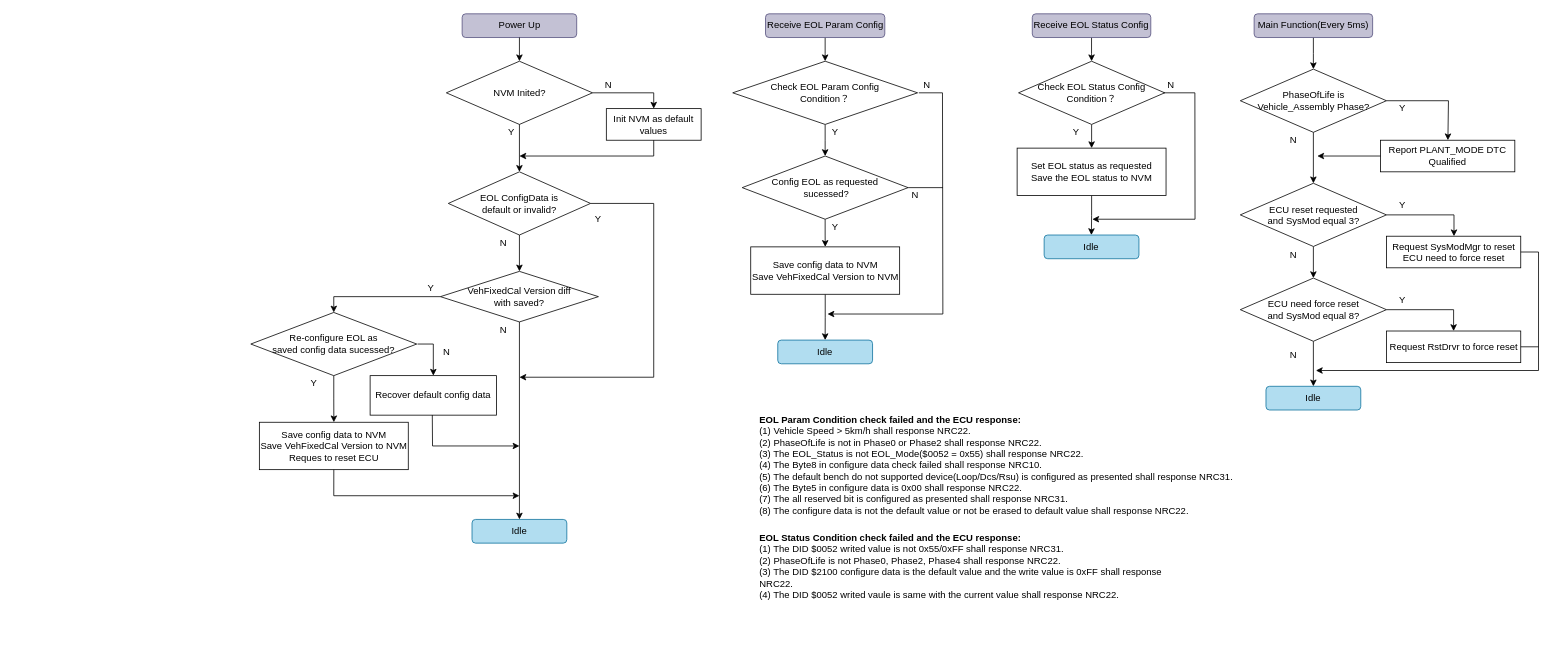
This is BYD_MR.drawio from woshitanwang/pics_procdure, a draw.io file, before an edit. Source tidied: cells renumbered, new cells numbered last; positions are measured from the earlier drawing's top-left corner, leaving out a move shared by most shapes. Both pictures are drawn from the tidied source at 79%, with x=0, y=0 at pixel (250, 13).
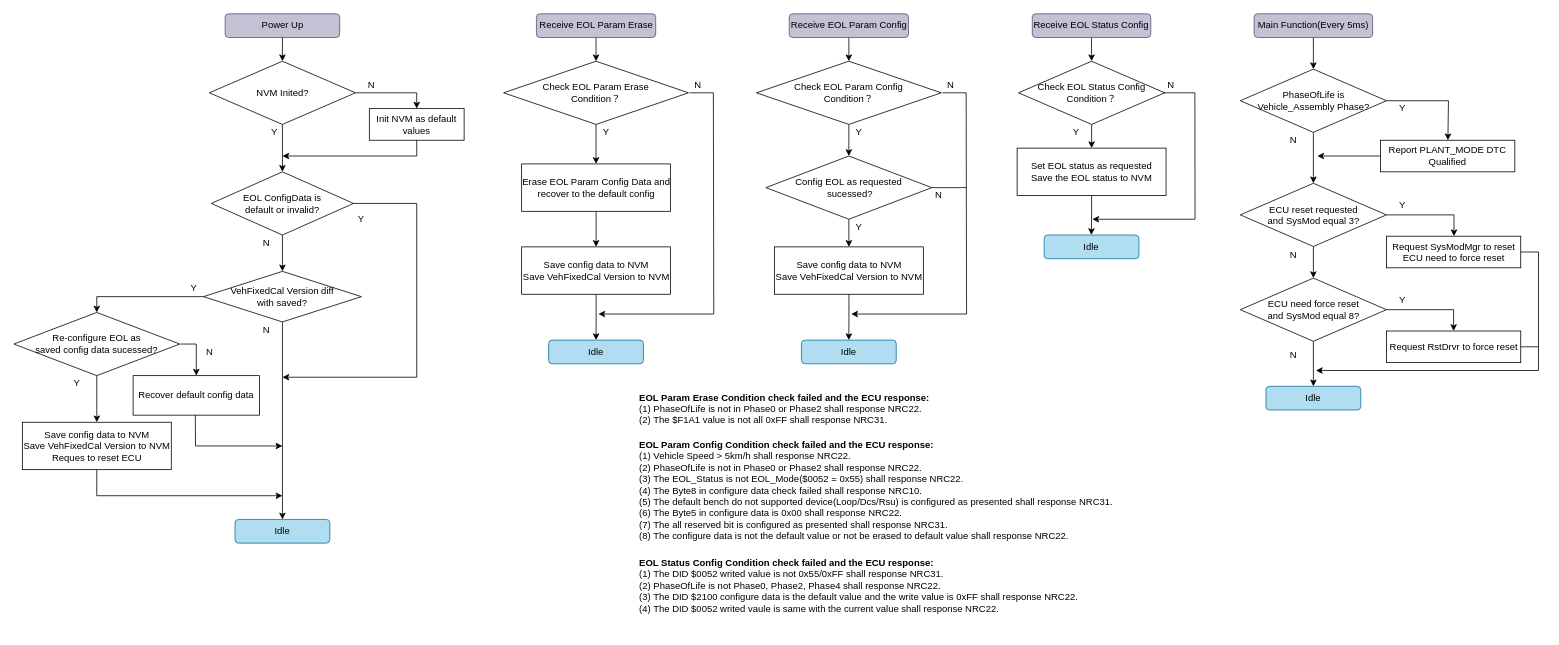
After the change.

What changed in the source:
```diff
@@
     <mxCell id="2" value="Power Up" style="rounded=1;whiteSpace=wrap;html=1;strokeColor=#56517e;fillColor=#C3C1D4;" parent="1" vertex="1">
-      <mxGeometry x="267.5" width="145" height="30" as="geometry" />
+      <mxGeometry x="-32.5" width="145" height="30" as="geometry" />
     </mxCell>
     <mxCell id="3" value="NVM Inited?" style="rhombus;whiteSpace=wrap;html=1;" parent="1" vertex="1">
-      <mxGeometry x="247.5" y="60" width="185" height="80" as="geometry" />
+      <mxGeometry x="-52.5" y="60" width="185" height="80" as="geometry" />
     </mxCell>
     <mxCell id="4" style="endArrow=classic;html=1;exitX=0.5;exitY=1;exitDx=0;exitDy=0;" parent="1" edge="1" source="2">
       <mxGeometry relative="1" as="geometry">
-        <mxPoint x="340" y="60" as="targetPoint" />
+        <mxPoint x="40" y="60" as="targetPoint" />
       </mxGeometry>
     </mxCell>
     <mxCell id="5" value="Init NVM as default values" style="rounded=0;whiteSpace=wrap;html=1;" parent="1" vertex="1">
-      <mxGeometry x="450" y="120" width="120" height="40" as="geometry" />
+      <mxGeometry x="150" y="120" width="120" height="40" as="geometry" />
     </mxCell>
     <mxCell id="6" style="endArrow=classic;html=1;rounded=0;exitX=1;exitY=0.5;exitDx=0;exitDy=0;" parent="1" edge="1" source="3">
       <mxGeometry relative="1" as="geometry">
-        <mxPoint x="510" y="120" as="targetPoint" />
+        <mxPoint x="210" y="120" as="targetPoint" />
         <Array as="points">
-          <mxPoint x="510" y="100" />
+          <mxPoint x="210" y="100" />
         </Array>
       </mxGeometry>
     </mxCell>
@@
     <mxCell id="8" value="EOL ConfigData is &lt;br&gt;default or invalid?" style="rhombus;whiteSpace=wrap;html=1;fillColor=#FFFFFF;" parent="1" vertex="1">
-      <mxGeometry x="250" y="200" width="180" height="80" as="geometry" />
+      <mxGeometry x="-50" y="200" width="180" height="80" as="geometry" />
     </mxCell>
     <mxCell id="9" style="endArrow=classic;html=1;rounded=0;" parent="1" edge="1">
       <mxGeometry relative="1" as="geometry">
-        <mxPoint x="510" y="160" as="sourcePoint" />
-        <mxPoint x="340" y="180" as="targetPoint" />
+        <mxPoint x="210" y="160" as="sourcePoint" />
+        <mxPoint x="40" y="180" as="targetPoint" />
         <Array as="points">
-          <mxPoint x="510" y="180" />
+          <mxPoint x="210" y="180" />
         </Array>
       </mxGeometry>
     </mxCell>
@@
     <mxCell id="11" style="endArrow=classic;html=1;" parent="1" edge="1" target="8">
       <mxGeometry relative="1" as="geometry">
-        <mxPoint x="340" y="140" as="sourcePoint" />
+        <mxPoint x="40" y="140" as="sourcePoint" />
       </mxGeometry>
     </mxCell>
     <mxCell id="12" value="VehFixedCal Version diff&lt;br&gt;with saved?" style="rhombus;whiteSpace=wrap;html=1;fillColor=#FFFFFF;" parent="1" vertex="1">
-      <mxGeometry x="240" y="326" width="200" height="64" as="geometry" />
+      <mxGeometry x="-60" y="326" width="200" height="64" as="geometry" />
     </mxCell>
     <mxCell id="13" value="&lt;div&gt;&lt;span&gt;Recover default config data&lt;/span&gt;&lt;/div&gt;" style="rounded=0;whiteSpace=wrap;html=1;fillColor=#FFFFFF;align=center;" parent="1" vertex="1">
-      <mxGeometry x="151" y="458" width="160" height="50" as="geometry" />
+      <mxGeometry x="-149" y="458" width="160" height="50" as="geometry" />
     </mxCell>
     <mxCell id="14" value="Idle" style="rounded=1;whiteSpace=wrap;html=1;fillColor=#b1ddf0;strokeColor=#10739e;" parent="1" vertex="1">
-      <mxGeometry x="280" y="640" width="120" height="30" as="geometry" />
+      <mxGeometry x="-20" y="640" width="120" height="30" as="geometry" />
     </mxCell>
     <mxCell id="15" style="endArrow=classic;html=1;entryX=0.5;entryY=0;entryDx=0;entryDy=0;" parent="1" edge="1" target="14">
       <mxGeometry relative="1" as="geometry">
-        <mxPoint x="340" y="390" as="sourcePoint" />
+        <mxPoint x="40" y="390" as="sourcePoint" />
       </mxGeometry>
     </mxCell>
     <mxCell id="16" value="N" style="text;html=1;strokeColor=none;fillColor=none;align=center;verticalAlign=middle;whiteSpace=wrap;rounded=0;" parent="1" vertex="1">
-      <mxGeometry x="432.5" y="80" width="40" height="20" as="geometry" />
+      <mxGeometry x="132.5" y="80" width="40" height="20" as="geometry" />
     </mxCell>
     <mxCell id="17" value="Y" style="text;html=1;strokeColor=none;fillColor=none;align=center;verticalAlign=middle;whiteSpace=wrap;rounded=0;" parent="1" vertex="1">
-      <mxGeometry x="310" y="140" width="40" height="20" as="geometry" />
+      <mxGeometry x="10" y="140" width="40" height="20" as="geometry" />
     </mxCell>
     <mxCell id="18" value="N" style="text;html=1;strokeColor=none;fillColor=none;align=center;verticalAlign=middle;whiteSpace=wrap;rounded=0;" parent="1" vertex="1">
-      <mxGeometry x="300" y="280" width="40" height="20" as="geometry" />
+      <mxGeometry y="280" width="40" height="20" as="geometry" />
     </mxCell>
     <mxCell id="19" value="Y" style="text;html=1;strokeColor=none;fillColor=none;align=center;verticalAlign=middle;whiteSpace=wrap;rounded=0;" parent="1" vertex="1">
-      <mxGeometry x="207.5" y="337" width="40" height="20" as="geometry" />
+      <mxGeometry x="-92.5" y="337" width="40" height="20" as="geometry" />
     </mxCell>
     <mxCell id="20" value="N" style="text;html=1;strokeColor=none;fillColor=none;align=center;verticalAlign=middle;whiteSpace=wrap;rounded=0;" parent="1" vertex="1">
-      <mxGeometry x="300" y="390" width="40" height="20" as="geometry" />
+      <mxGeometry y="390" width="40" height="20" as="geometry" />
     </mxCell>
     <mxCell id="21" style="edgeStyle=orthogonalEdgeStyle;rounded=0;jettySize=auto;html=1;" parent="1" edge="1" source="22">
       <mxGeometry relative="1" as="geometry">
-        <mxPoint x="727" y="60" as="targetPoint" />
+        <mxPoint x="757" y="60" as="targetPoint" />
       </mxGeometry>
     </mxCell>
     <mxCell id="22" value="Receive EOL Param Config" style="rounded=1;whiteSpace=wrap;html=1;strokeColor=#56517e;fillColor=#C3C1D4;" parent="1" vertex="1">
-      <mxGeometry x="651.5" width="151" height="30" as="geometry" />
+      <mxGeometry x="681.5" width="151" height="30" as="geometry" />
     </mxCell>
     <mxCell id="23" style="edgeStyle=orthogonalEdgeStyle;rounded=0;jettySize=auto;html=1;" parent="1" edge="1" source="24">
       <mxGeometry relative="1" as="geometry">
-        <mxPoint x="727" y="180" as="targetPoint" />
+        <mxPoint x="757" y="180" as="targetPoint" />
       </mxGeometry>
     </mxCell>
     <mxCell id="24" value="Check EOL Param Config &lt;br&gt;Condition？" style="rhombus;whiteSpace=wrap;html=1;" parent="1" vertex="1">
-      <mxGeometry x="610" y="60" width="234" height="80" as="geometry" />
+      <mxGeometry x="640" y="60" width="234" height="80" as="geometry" />
     </mxCell>
@@
     <mxCell id="26" value="Save config data to NVM&lt;br&gt;Save VehFixedCal Version to NVM" style="rounded=0;whiteSpace=wrap;html=1;fillColor=#FFFFFF;" parent="1" vertex="1">
-      <mxGeometry x="632.8" y="295" width="188.5" height="60" as="geometry" />
+      <mxGeometry x="662.8" y="295" width="188.5" height="60" as="geometry" />
     </mxCell>
     <mxCell id="27" value="Idle" style="rounded=1;whiteSpace=wrap;html=1;fillColor=#b1ddf0;strokeColor=#10739e;" parent="1" vertex="1">
-      <mxGeometry x="667" y="413" width="120" height="30" as="geometry" />
+      <mxGeometry x="697" y="413" width="120" height="30" as="geometry" />
     </mxCell>
     <mxCell id="28" style="endArrow=classic;html=1;rounded=0;exitX=0.25;exitY=1;exitDx=0;exitDy=0;" parent="1" edge="1" source="30">
       <mxGeometry relative="1" as="geometry">
-        <mxPoint x="730" y="380" as="targetPoint" />
+        <mxPoint x="760" y="380" as="targetPoint" />
         <Array as="points">
-          <mxPoint x="875.5" y="100" />
-          <mxPoint x="876" y="380" />
+          <mxPoint x="905.5" y="100" />
+          <mxPoint x="906" y="380" />
         </Array>
       </mxGeometry>
     </mxCell>
     <mxCell id="29" value="Y" style="text;html=1;strokeColor=none;fillColor=none;align=center;verticalAlign=middle;whiteSpace=wrap;rounded=0;" parent="1" vertex="1">
-      <mxGeometry x="720" y="140" width="40" height="20" as="geometry" />
+      <mxGeometry x="750" y="140" width="40" height="20" as="geometry" />
     </mxCell>
     <mxCell id="30" value="N" style="text;html=1;strokeColor=none;fillColor=none;align=center;verticalAlign=middle;whiteSpace=wrap;rounded=0;" parent="1" vertex="1">
-      <mxGeometry x="835.5" y="80" width="40" height="20" as="geometry" />
+      <mxGeometry x="865.5" y="80" width="40" height="20" as="geometry" />
     </mxCell>
@@
     <mxCell id="42" value="Re-configure EOL as&lt;br&gt;saved config data sucessed?" style="rhombus;whiteSpace=wrap;html=1;fillColor=#FFFFFF;" parent="1" vertex="1">
-      <mxGeometry y="378" width="210" height="80" as="geometry" />
+      <mxGeometry x="-300" y="378" width="210" height="80" as="geometry" />
     </mxCell>
     <mxCell id="43" value="Save config data to NVM&lt;br&gt;Save VehFixedCal Version to NVM&lt;br&gt;Reques to reset ECU" style="rounded=0;whiteSpace=wrap;html=1;fillColor=#FFFFFF;" parent="1" vertex="1">
-      <mxGeometry x="10.8" y="517" width="188.5" height="60" as="geometry" />
+      <mxGeometry x="-289.2" y="517" width="188.5" height="60" as="geometry" />
     </mxCell>
     <mxCell id="44" style="endArrow=classic;html=1;entryX=0.5;entryY=0;entryDx=0;entryDy=0;rounded=0;" parent="1" edge="1">
       <mxGeometry relative="1" as="geometry">
-        <mxPoint x="240" y="358" as="sourcePoint" />
-        <mxPoint x="105" y="378" as="targetPoint" />
+        <mxPoint x="-60" y="358" as="sourcePoint" />
+        <mxPoint x="-195" y="378" as="targetPoint" />
         <Array as="points">
-          <mxPoint x="105" y="358" />
+          <mxPoint x="-195" y="358" />
         </Array>
       </mxGeometry>
     </mxCell>
     <mxCell id="45" style="endArrow=classic;html=1;rounded=0;" parent="1" edge="1">
       <mxGeometry relative="1" as="geometry">
-        <mxPoint x="211" y="418" as="sourcePoint" />
-        <mxPoint x="231" y="458" as="targetPoint" />
+        <mxPoint x="-89" y="418" as="sourcePoint" />
+        <mxPoint x="-69" y="458" as="targetPoint" />
         <Array as="points">
-          <mxPoint x="231" y="418" />
+          <mxPoint x="-69" y="418" />
         </Array>
       </mxGeometry>
     </mxCell>
     <mxCell id="46" style="endArrow=classic;html=1;rounded=0;exitX=0.492;exitY=0.998;exitDx=0;exitDy=0;exitPerimeter=0;" parent="1" edge="1" source="13">
       <mxGeometry relative="1" as="geometry">
-        <mxPoint x="340" y="547" as="targetPoint" />
+        <mxPoint x="40" y="547" as="targetPoint" />
         <Array as="points">
-          <mxPoint x="230" y="547" />
+          <mxPoint x="-70" y="547" />
         </Array>
       </mxGeometry>
     </mxCell>
@@
     <mxCell id="48" value="Config EOL&amp;nbsp;as requested&lt;br&gt;&amp;nbsp;sucessed?" style="rhombus;whiteSpace=wrap;html=1;fillColor=#FFFFFF;" parent="1" vertex="1">
-      <mxGeometry x="622" y="180" width="210" height="80" as="geometry" />
+      <mxGeometry x="652" y="180" width="210" height="80" as="geometry" />
     </mxCell>
     <mxCell id="49" style="endArrow=none;html=1;exitX=1;exitY=0.5;exitDx=0;exitDy=0;endFill=0;" parent="1" edge="1" source="48">
       <mxGeometry relative="1" as="geometry">
-        <mxPoint x="876" y="220" as="targetPoint" />
+        <mxPoint x="906" y="220" as="targetPoint" />
       </mxGeometry>
     </mxCell>
     <mxCell id="50" value="N" style="text;html=1;strokeColor=none;fillColor=none;align=center;verticalAlign=middle;whiteSpace=wrap;rounded=0;" parent="1" vertex="1">
-      <mxGeometry x="821.2" y="220" width="40" height="20" as="geometry" />
+      <mxGeometry x="851.2" y="220" width="40" height="20" as="geometry" />
     </mxCell>
     <mxCell id="51" value="Y" style="text;html=1;strokeColor=none;fillColor=none;align=center;verticalAlign=middle;whiteSpace=wrap;rounded=0;" parent="1" vertex="1">
-      <mxGeometry x="720" y="260" width="40" height="20" as="geometry" />
+      <mxGeometry x="750" y="260" width="40" height="20" as="geometry" />
     </mxCell>
     <mxCell id="52" value="Y" style="text;html=1;strokeColor=none;fillColor=none;align=center;verticalAlign=middle;whiteSpace=wrap;rounded=0;" parent="1" vertex="1">
-      <mxGeometry x="60" y="458" width="40" height="20" as="geometry" />
+      <mxGeometry x="-240" y="458" width="40" height="20" as="geometry" />
     </mxCell>
     <mxCell id="53" value="N" style="text;html=1;strokeColor=none;fillColor=none;align=center;verticalAlign=middle;whiteSpace=wrap;rounded=0;" parent="1" vertex="1">
-      <mxGeometry x="227.5" y="418" width="40" height="20" as="geometry" />
+      <mxGeometry x="-72.5" y="418" width="40" height="20" as="geometry" />
     </mxCell>
@@
     <mxCell id="71" style="endArrow=classic;html=1;exitX=0.5;exitY=1;exitDx=0;exitDy=0;rounded=0;" parent="1" edge="1" source="43">
       <mxGeometry relative="1" as="geometry">
-        <mxPoint x="340" y="610" as="targetPoint" />
+        <mxPoint x="40" y="610" as="targetPoint" />
         <Array as="points">
-          <mxPoint x="105" y="610" />
+          <mxPoint x="-195" y="610" />
         </Array>
       </mxGeometry>
     </mxCell>
     <mxCell id="72" style="endArrow=classic;html=1;exitX=1;exitY=0.5;exitDx=0;exitDy=0;rounded=0;" parent="1" edge="1" source="8">
       <mxGeometry relative="1" as="geometry">
-        <mxPoint x="340" y="460" as="targetPoint" />
+        <mxPoint x="40" y="460" as="targetPoint" />
         <Array as="points">
-          <mxPoint x="510" y="240" />
-          <mxPoint x="510" y="460" />
+          <mxPoint x="210" y="240" />
+          <mxPoint x="210" y="460" />
         </Array>
       </mxGeometry>
     </mxCell>
     <mxCell id="73" value="Y" style="text;html=1;strokeColor=none;fillColor=none;align=center;verticalAlign=middle;whiteSpace=wrap;rounded=0;" parent="1" vertex="1">
-      <mxGeometry x="420" y="250" width="40" height="20" as="geometry" />
+      <mxGeometry x="120" y="250" width="40" height="20" as="geometry" />
     </mxCell>
@@
-    <mxCell id="81" value="&lt;b&gt;EOL Param Condition check failed and the ECU response:&lt;/b&gt;&lt;br&gt;(1) Vehicle Speed &amp;gt; 5km/h shall response NRC22.&lt;br&gt;(2) PhaseOfLife is not in Phase0 or Phase2 shall response NRC22.&lt;br&gt;(3) The EOL_Status is not EOL_Mode($0052 = 0x55) shall response NRC22.&lt;br&gt;(4) The Byte8 in configure data check failed shall response NRC10.&lt;br&gt;(5) The default bench do not supported device(Loop/Dcs/Rsu) is configured as presented shall response NRC31.&lt;br&gt;(6) The Byte5 in configure data is 0x00 shall response NRC22.&lt;br&gt;(7) The all reserved bit is configured as presented shall response NRC31.&lt;br&gt;(8) The configure data is not the default value or not be erased to default value shall response NRC22." style="text;whiteSpace=wrap;html=1;" parent="1" vertex="1">
-      <mxGeometry x="641.8" y="500" width="610.8" height="138.5" as="geometry" />
+    <mxCell id="81" value="&lt;b&gt;EOL Param Config Condition check failed and the ECU response:&lt;/b&gt;&lt;br&gt;(1) Vehicle Speed &amp;gt; 5km/h shall response NRC22.&lt;br&gt;(2) PhaseOfLife is not in Phase0 or Phase2 shall response NRC22.&lt;br&gt;(3) The EOL_Status is not EOL_Mode($0052 = 0x55) shall response NRC22.&lt;br&gt;(4) The Byte8 in configure data check failed shall response NRC10.&lt;br&gt;(5) The default bench do not supported device(Loop/Dcs/Rsu) is configured as presented shall response NRC31.&lt;br&gt;(6) The Byte5 in configure data is 0x00 shall response NRC22.&lt;br&gt;(7) The all reserved bit is configured as presented shall response NRC31.&lt;br&gt;(8) The configure data is not the default value or not be erased to default value shall response NRC22." style="text;whiteSpace=wrap;html=1;" parent="1" vertex="1">
+      <mxGeometry x="490" y="531.5" width="610.8" height="138.5" as="geometry" />
     </mxCell>
-    <mxCell id="82" value="&lt;b&gt;EOL Status Condition check failed and the ECU response:&lt;/b&gt;&lt;br&gt;(1) The DID $0052 writed value is not 0x55/0xFF shall response NRC31.&lt;br&gt;(2) PhaseOfLife is not Phase0, Phase2, Phase4 shall response NRC22.&lt;br&gt;(3) The DID $2100 configure data is the default value and the write value is 0xFF shall response NRC22.&lt;br&gt;(4) The DID $0052 writed vaule is same with the current value shall response NRC22." style="text;whiteSpace=wrap;html=1;" parent="1" vertex="1">
-      <mxGeometry x="641.8" y="650" width="550" height="100" as="geometry" />
+    <mxCell id="82" value="&lt;b&gt;EOL Status Config Condition check failed and the ECU response:&lt;/b&gt;&lt;br&gt;(1) The DID $0052 writed value is not 0x55/0xFF shall response NRC31.&lt;br&gt;(2) PhaseOfLife is not Phase0, Phase2, Phase4 shall response NRC22.&lt;br&gt;(3) The DID $2100 configure data is the default value and the write value is 0xFF shall response NRC22.&lt;br&gt;(4) The DID $0052 writed vaule is same with the current value shall response NRC22." style="text;whiteSpace=wrap;html=1;" parent="1" vertex="1">
+      <mxGeometry x="490" y="681.5" width="580" height="100" as="geometry" />
     </mxCell>
+    <mxCell id="83" style="edgeStyle=orthogonalEdgeStyle;rounded=0;jettySize=auto;html=1;" parent="1" edge="1" source="84">
+      <mxGeometry relative="1" as="geometry">
+        <mxPoint x="437" y="60" as="targetPoint" />
+      </mxGeometry>
+    </mxCell>
+    <mxCell id="84" value="Receive EOL Param Erase" style="rounded=1;whiteSpace=wrap;html=1;strokeColor=#56517e;fillColor=#C3C1D4;" parent="1" vertex="1">
+      <mxGeometry x="361.5" width="151" height="30" as="geometry" />
+    </mxCell>
+    <mxCell id="85" style="edgeStyle=orthogonalEdgeStyle;rounded=0;jettySize=auto;html=1;" parent="1" edge="1" source="86">
+      <mxGeometry relative="1" as="geometry">
+        <mxPoint x="437" y="190" as="targetPoint" />
+      </mxGeometry>
+    </mxCell>
+    <mxCell id="86" value="Check EOL Param Erase&lt;br&gt;Condition？" style="rhombus;whiteSpace=wrap;html=1;" parent="1" vertex="1">
+      <mxGeometry x="320" y="60" width="234" height="80" as="geometry" />
+    </mxCell>
+    <mxCell id="87" style="edgeStyle=orthogonalEdgeStyle;rounded=0;jettySize=auto;html=1;" parent="1" edge="1" source="88" target="89">
+      <mxGeometry relative="1" as="geometry" />
+    </mxCell>
+    <mxCell id="88" value="Save config data to NVM&lt;br&gt;Save VehFixedCal Version to NVM" style="rounded=0;whiteSpace=wrap;html=1;fillColor=#FFFFFF;" parent="1" vertex="1">
+      <mxGeometry x="342.8" y="295" width="188.5" height="60" as="geometry" />
+    </mxCell>
+    <mxCell id="89" value="Idle" style="rounded=1;whiteSpace=wrap;html=1;fillColor=#b1ddf0;strokeColor=#10739e;" parent="1" vertex="1">
+      <mxGeometry x="377" y="413" width="120" height="30" as="geometry" />
+    </mxCell>
+    <mxCell id="90" style="endArrow=classic;html=1;rounded=0;exitX=0.25;exitY=1;exitDx=0;exitDy=0;" parent="1" edge="1" source="92">
+      <mxGeometry relative="1" as="geometry">
+        <mxPoint x="440" y="380" as="targetPoint" />
+        <Array as="points">
+          <mxPoint x="585.5" y="100" />
+          <mxPoint x="586" y="380" />
+        </Array>
+      </mxGeometry>
+    </mxCell>
+    <mxCell id="91" value="Y" style="text;html=1;strokeColor=none;fillColor=none;align=center;verticalAlign=middle;whiteSpace=wrap;rounded=0;" parent="1" vertex="1">
+      <mxGeometry x="430" y="140" width="40" height="20" as="geometry" />
+    </mxCell>
+    <mxCell id="92" value="N" style="text;html=1;strokeColor=none;fillColor=none;align=center;verticalAlign=middle;whiteSpace=wrap;rounded=0;" parent="1" vertex="1">
+      <mxGeometry x="545.5" y="80" width="40" height="20" as="geometry" />
+    </mxCell>
+    <mxCell id="93" style="edgeStyle=orthogonalEdgeStyle;rounded=0;jettySize=auto;html=1;" parent="1" edge="1" source="94" target="88">
+      <mxGeometry relative="1" as="geometry" />
+    </mxCell>
+    <mxCell id="94" value="Erase EOL Param Config Data and recover to the default config" style="rounded=0;whiteSpace=wrap;html=1;fillColor=#FFFFFF;" parent="1" vertex="1">
+      <mxGeometry x="342.8" y="190" width="188.5" height="60" as="geometry" />
+    </mxCell>
+    <mxCell id="95" value="&lt;b&gt;EOL Param Erase Condition check failed and the ECU response:&lt;/b&gt;&lt;br&gt;(1) PhaseOfLife is not in Phase0 or Phase2 shall response NRC22.&lt;br&gt;(2) The $F1A1 value is not all 0xFF shall response NRC31." style="text;whiteSpace=wrap;html=1;" parent="1" vertex="1">
+      <mxGeometry x="490" y="471.5" width="380" height="60" as="geometry" />
+    </mxCell>
```
